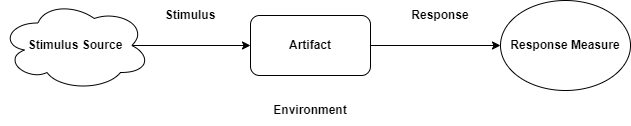
Earlier version of the draw.io export Architectural styles/AnalyzingAndEvaluatingArchitecture.png (smitbmx/Architecture-Diagrams). Source tidied: cells renumbered, new cells last; positions are measured from the earlier drawing's top-left corner, leaving out a move shared by most shapes.
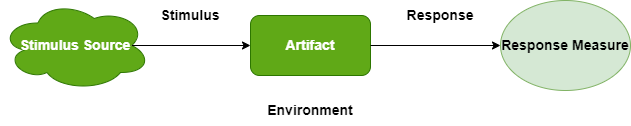
The same file after the commit.

What changed in the source:
```diff
@@ -2,13 +2,13 @@
   <root>
     <mxCell id="0" />
     <mxCell id="1" parent="0" />
-    <mxCell id="2" value="Artifact" style="rounded=1;whiteSpace=wrap;html=1;fontStyle=1;" parent="1" vertex="1">
+    <mxCell id="2" value="Artifact" style="rounded=1;whiteSpace=wrap;html=1;fontStyle=1;fillColor=#60a917;fontColor=#ffffff;strokeColor=#2D7600;fontSize=14;" parent="1" vertex="1">
       <mxGeometry x="250" y="15" width="120" height="60" as="geometry" />
     </mxCell>
-    <mxCell id="3" value="Response Measure" style="ellipse;whiteSpace=wrap;html=1;fontStyle=1;" parent="1" vertex="1">
+    <mxCell id="3" value="Response Measure" style="ellipse;whiteSpace=wrap;html=1;fontStyle=1;fillColor=#d5e8d4;strokeColor=#82b366;fontSize=14;" parent="1" vertex="1">
       <mxGeometry x="500" width="130" height="90" as="geometry" />
     </mxCell>
-    <mxCell id="4" value="Stimulus Source" style="ellipse;shape=cloud;whiteSpace=wrap;html=1;fontStyle=1;" parent="1" vertex="1">
+    <mxCell id="4" value="Stimulus Source" style="ellipse;shape=cloud;whiteSpace=wrap;html=1;fontStyle=1;fillColor=#60a917;strokeColor=#2D7600;fontColor=#ffffff;fontSize=14;" parent="1" vertex="1">
       <mxGeometry width="150" height="90" as="geometry" />
     </mxCell>
     <mxCell id="5" style="endArrow=classic;html=1;rounded=0;exitX=0.875;exitY=0.5;exitDx=0;exitDy=0;exitPerimeter=0;entryX=0;entryY=0.5;entryDx=0;entryDy=0;" parent="1" edge="1" source="4" target="2">
@@ -17,13 +17,13 @@
     <mxCell id="6" style="endArrow=classic;html=1;rounded=0;exitX=1;exitY=0.5;exitDx=0;exitDy=0;entryX=0;entryY=0.5;entryDx=0;entryDy=0;" parent="1" edge="1" source="2" target="3">
       <mxGeometry relative="1" as="geometry" />
     </mxCell>
-    <mxCell id="7" value="&lt;b&gt;Environment&lt;/b&gt;" style="text;html=1;strokeColor=none;fillColor=none;align=center;verticalAlign=middle;whiteSpace=wrap;rounded=0;" parent="1" vertex="1">
+    <mxCell id="7" value="&lt;b style=&quot;font-size: 14px;&quot;&gt;Environment&lt;/b&gt;" style="text;html=1;strokeColor=none;fillColor=none;align=center;verticalAlign=middle;whiteSpace=wrap;rounded=0;fontSize=14;" parent="1" vertex="1">
       <mxGeometry x="280" y="95" width="60" height="30" as="geometry" />
     </mxCell>
-    <mxCell id="8" value="Stimulus" style="text;html=1;strokeColor=none;fillColor=none;align=center;verticalAlign=middle;whiteSpace=wrap;rounded=0;fontStyle=1;" parent="1" vertex="1">
+    <mxCell id="8" value="Stimulus" style="text;html=1;strokeColor=none;fillColor=none;align=center;verticalAlign=middle;whiteSpace=wrap;rounded=0;fontStyle=1;fontSize=14;" parent="1" vertex="1">
       <mxGeometry x="160" width="60" height="30" as="geometry" />
     </mxCell>
-    <mxCell id="9" value="Response" style="text;html=1;strokeColor=none;fillColor=none;align=center;verticalAlign=middle;whiteSpace=wrap;rounded=0;fontStyle=1;" parent="1" vertex="1">
+    <mxCell id="9" value="Response" style="text;html=1;strokeColor=none;fillColor=none;align=center;verticalAlign=middle;whiteSpace=wrap;rounded=0;fontStyle=1;fontSize=14;" parent="1" vertex="1">
       <mxGeometry x="410" width="60" height="30" as="geometry" />
     </mxCell>
   </root>
```
